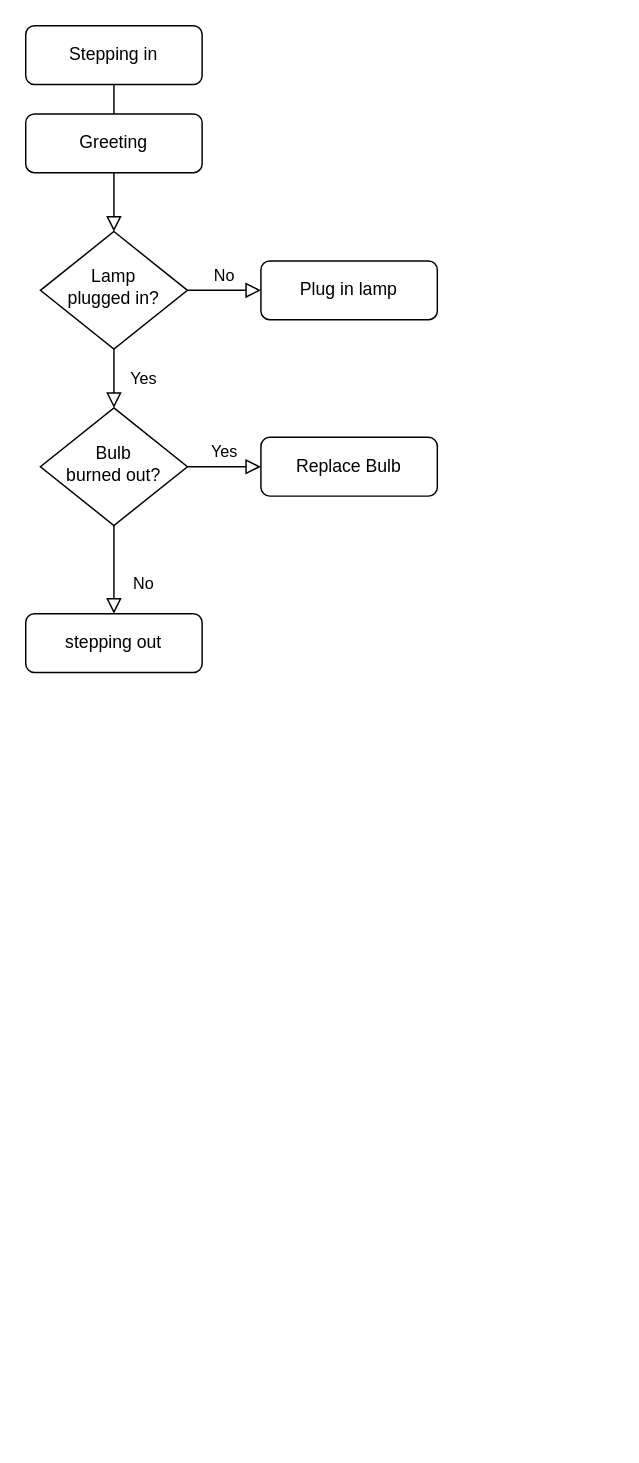
gebeke/onboarding keeps this draw.io diagram as Untitled Diagram.drawio. Above is the earlier version. Source tidied: cells renumbered, new cells numbered last; positions are measured from the earlier drawing's top-left corner, leaving out a move shared by most shapes. Both pictures are drawn from the tidied source at 147%, with x=0, y=0 at pixel (25, 25).
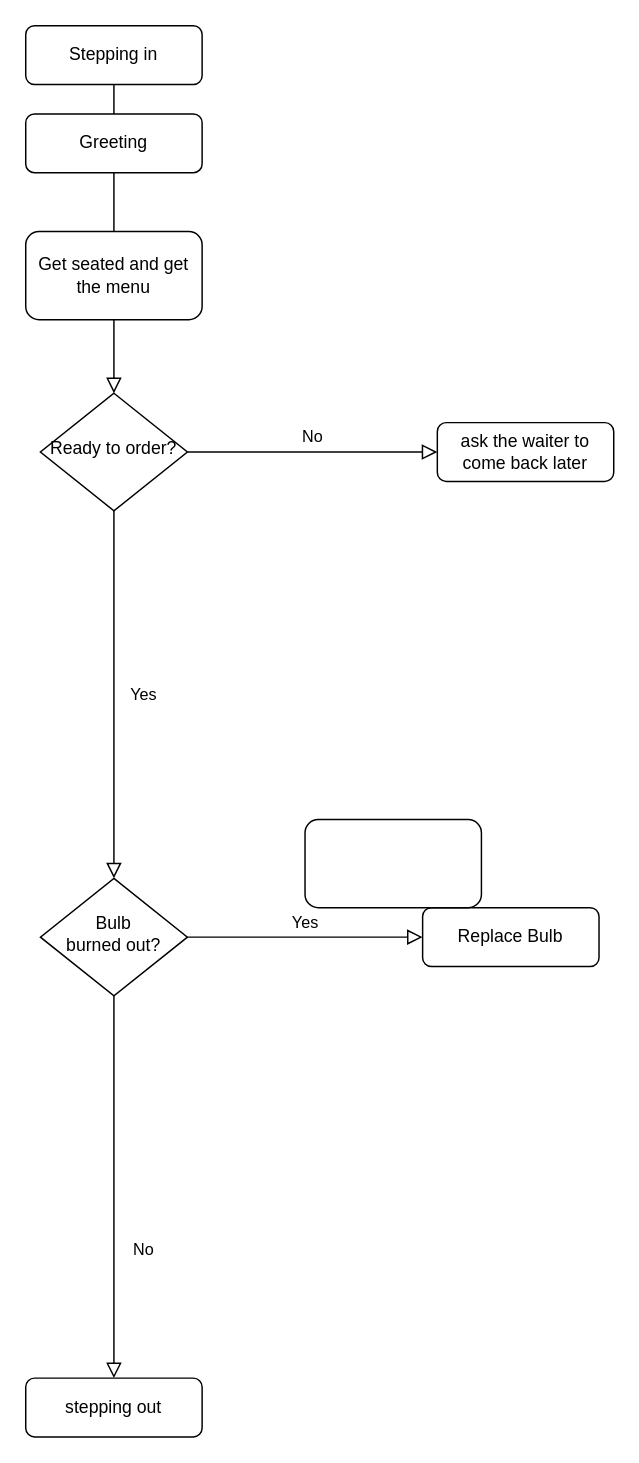
After the change.

Change to the diagram source:
```diff
@@
 <mxGraphModel>
   <root>
     <mxCell id="0" />
     <mxCell id="1" parent="0" />
     <mxCell id="2" style="rounded=0;html=1;jettySize=auto;fontSize=11;endArrow=block;endFill=0;endSize=8;strokeWidth=1;shadow=0;labelBackgroundColor=none;edgeStyle=orthogonalEdgeStyle;startArrow=none;" parent="1" edge="1" source="13" target="6">
       <mxGeometry relative="1" as="geometry" />
     </mxCell>
     <mxCell id="3" value="Stepping in&lt;br&gt;" style="rounded=1;whiteSpace=wrap;html=1;fontSize=12;glass=0;strokeWidth=1;shadow=0;" parent="1" vertex="1">
       <mxGeometry width="120" height="40" as="geometry" />
     </mxCell>
     <mxCell id="4" value="Yes" style="rounded=0;html=1;jettySize=auto;fontSize=11;endArrow=block;endFill=0;endSize=8;strokeWidth=1;shadow=0;labelBackgroundColor=none;edgeStyle=orthogonalEdgeStyle;" parent="1" edge="1" source="6" target="10">
-      <mxGeometry y="20" relative="1" as="geometry" />
+      <mxGeometry y="20" relative="1" as="geometry">
+        <Array as="points">
+          <mxPoint x="60" y="400" />
+          <mxPoint x="60" y="400" />
+        </Array>
+      </mxGeometry>
     </mxCell>
     <mxCell id="5" value="No" style="edgeStyle=orthogonalEdgeStyle;rounded=0;html=1;jettySize=auto;fontSize=11;endArrow=block;endFill=0;endSize=8;strokeWidth=1;shadow=0;labelBackgroundColor=none;" parent="1" edge="1" source="6" target="7">
       <mxGeometry y="10" relative="1" as="geometry" />
     </mxCell>
-    <mxCell id="6" value="Lamp&lt;br&gt;plugged in?" style="rhombus;whiteSpace=wrap;html=1;shadow=0;fontFamily=Helvetica;fontSize=12;align=center;strokeWidth=1;spacing=6;spacingTop=-4;" parent="1" vertex="1">
-      <mxGeometry x="10" y="140" width="100" height="80" as="geometry" />
+    <mxCell id="6" value="Ready to order?" style="rhombus;whiteSpace=wrap;html=1;shadow=0;fontFamily=Helvetica;fontSize=12;align=center;strokeWidth=1;spacing=6;spacingTop=-4;" parent="1" vertex="1">
+      <mxGeometry x="10" y="250" width="100" height="80" as="geometry" />
     </mxCell>
-    <mxCell id="7" value="Plug in lamp" style="rounded=1;whiteSpace=wrap;html=1;fontSize=12;glass=0;strokeWidth=1;shadow=0;" parent="1" vertex="1">
-      <mxGeometry x="160" y="160" width="120" height="40" as="geometry" />
+    <mxCell id="7" value="ask the waiter to come back later" style="rounded=1;whiteSpace=wrap;html=1;fontSize=12;glass=0;strokeWidth=1;shadow=0;" parent="1" vertex="1">
+      <mxGeometry x="280" y="270" width="120" height="40" as="geometry" />
     </mxCell>
     <mxCell id="8" value="No" style="rounded=0;html=1;jettySize=auto;fontSize=11;endArrow=block;endFill=0;endSize=8;strokeWidth=1;shadow=0;labelBackgroundColor=none;edgeStyle=orthogonalEdgeStyle;" parent="1" edge="1" source="10" target="11">
       <mxGeometry x="0.33" y="20" relative="1" as="geometry" />
     </mxCell>
     <mxCell id="9" value="Yes" style="edgeStyle=orthogonalEdgeStyle;rounded=0;html=1;jettySize=auto;fontSize=11;endArrow=block;endFill=0;endSize=8;strokeWidth=1;shadow=0;labelBackgroundColor=none;" parent="1" edge="1" source="10" target="12">
       <mxGeometry y="10" relative="1" as="geometry" />
     </mxCell>
     <mxCell id="10" value="Bulb&lt;br&gt;burned out?" style="rhombus;whiteSpace=wrap;html=1;shadow=0;fontFamily=Helvetica;fontSize=12;align=center;strokeWidth=1;spacing=6;spacingTop=-4;" parent="1" vertex="1">
-      <mxGeometry x="10" y="260" width="100" height="80" as="geometry" />
+      <mxGeometry x="10" y="580" width="100" height="80" as="geometry" />
     </mxCell>
     <mxCell id="11" value="stepping out" style="rounded=1;whiteSpace=wrap;html=1;fontSize=12;glass=0;strokeWidth=1;shadow=0;" parent="1" vertex="1">
-      <mxGeometry y="400" width="120" height="40" as="geometry" />
+      <mxGeometry y="920" width="120" height="40" as="geometry" />
     </mxCell>
     <mxCell id="12" value="Replace Bulb" style="rounded=1;whiteSpace=wrap;html=1;fontSize=12;glass=0;strokeWidth=1;shadow=0;" parent="1" vertex="1">
-      <mxGeometry x="160" y="280" width="120" height="40" as="geometry" />
+      <mxGeometry x="270" y="600" width="120" height="40" as="geometry" />
     </mxCell>
     <mxCell id="13" value="Greeting" style="rounded=1;whiteSpace=wrap;html=1;fontSize=12;glass=0;strokeWidth=1;shadow=0;" parent="1" vertex="1">
       <mxGeometry y="60" width="120" height="40" as="geometry" />
     </mxCell>
     <mxCell id="14" style="rounded=0;html=1;jettySize=auto;fontSize=11;endArrow=none;endFill=0;endSize=8;strokeWidth=1;shadow=0;labelBackgroundColor=none;edgeStyle=orthogonalEdgeStyle;" parent="1" edge="1" source="3" target="13">
       <mxGeometry relative="1" as="geometry" />
     </mxCell>
+    <mxCell id="15" style="rounded=1;whiteSpace=wrap;html=1;" parent="1" vertex="1">
+      <mxGeometry x="190" y="540" width="120" height="60" as="geometry" />
+    </mxCell>
+    <mxCell id="16" value="Get seated and get the menu" style="rounded=1;whiteSpace=wrap;html=1;" parent="1" vertex="1">
+      <mxGeometry y="140" width="120" height="60" as="geometry" />
+    </mxCell>
   </root>
 </mxGraphModel>
```
